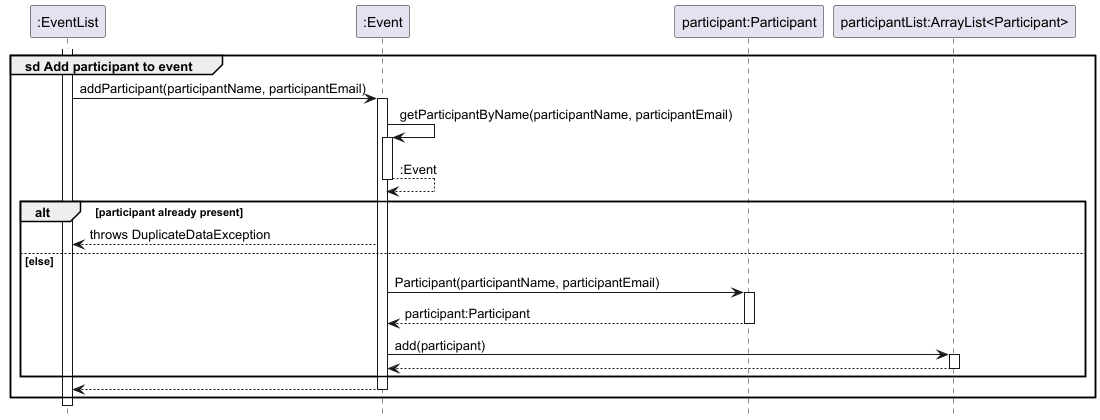
Above: docs/images/AddParticipantEventSequenceDiagram.png in nus-cs2113-AY2425S1/tp (PlantUML), before the change.
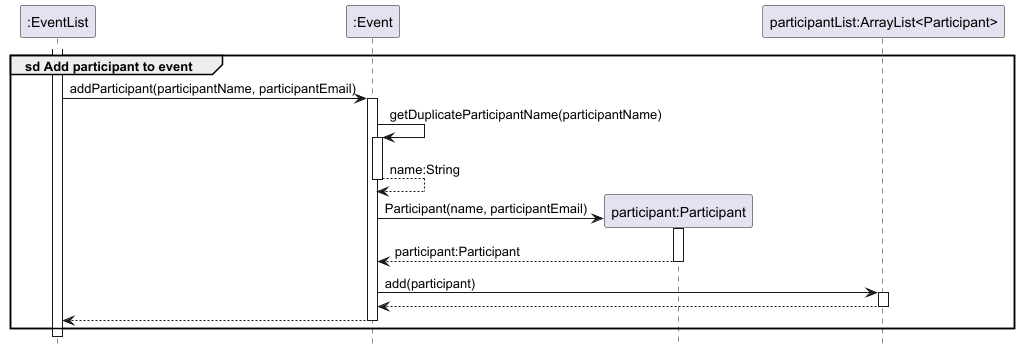
After the change.

Commit message:
Update DG with new duplicate name functionality

What changed in the source:
```diff
@@ -13,21 +13,18 @@
     eventList -> event : addParticipant(participantName, participantEmail)
     activate event
 
-    event -> event : getParticipantByName(participantName, participantEmail)
+    event -> event : getDuplicateParticipantName(participantName)
     activate event
-    return :Event
+    return name:String
 
-    alt participant already present
-        event --> eventList:throws DuplicateDataException
-    else else
-        event -> participant : Participant(participantName, participantEmail)
-        activate participant
-        return participant:Participant
+    create participant
+    event -> participant : Participant(name, participantEmail)
+    activate participant
+    return participant:Participant
 
-        event -> participantList : add(participant)
-        activate participantList
-        return
-    end
+    event -> participantList : add(participant)
+    activate participantList
+    return
 
     return
 end
```
